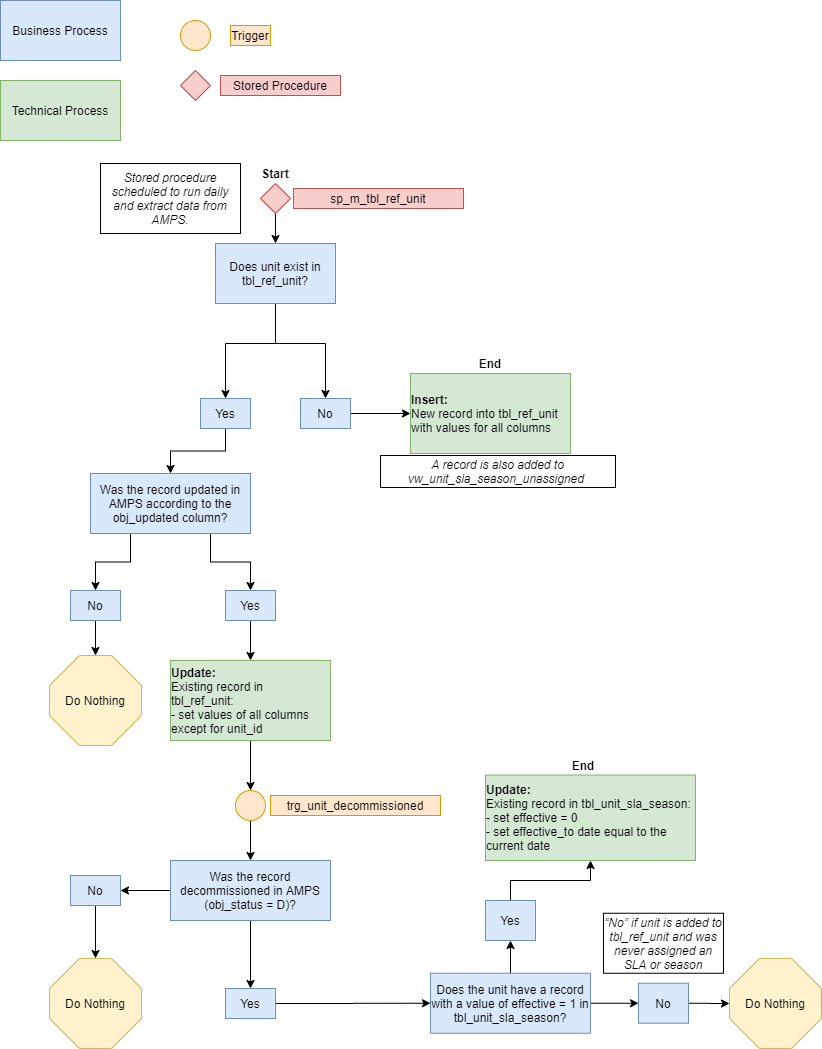
Earlier version of the draw.io export images/trg_unit_decommissioned.png (NYC-Parks/SLADB). Source tidied: cells renumbered, new cells last; positions are measured from the earlier drawing's top-left corner, leaving out a move shared by most shapes.
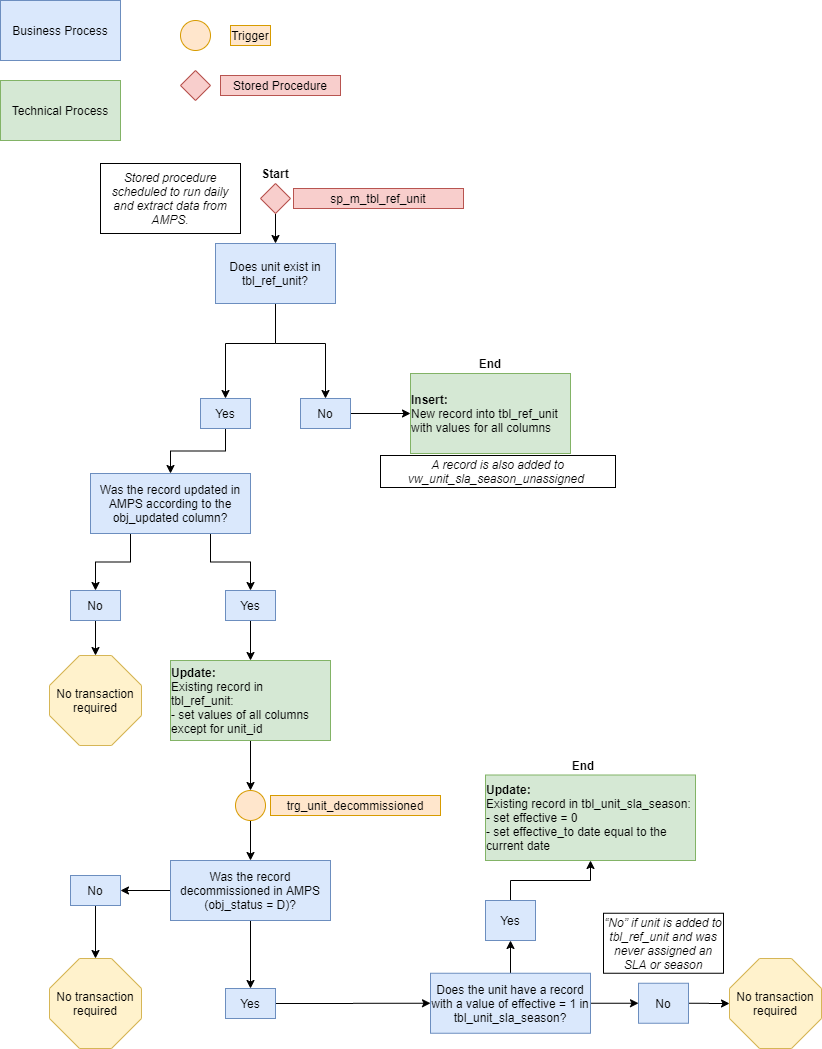
After the commit.

Change to the diagram source:
```diff
@@ -81,7 +81,7 @@
     <mxCell id="25" value="No" style="rounded=0;whiteSpace=wrap;html=1;fillColor=#dae8fc;strokeColor=#6c8ebf;" parent="1" vertex="1">
       <mxGeometry x="638" y="982.8" width="50" height="40" as="geometry" />
     </mxCell>
-    <mxCell id="26" value="Do Nothing" style="whiteSpace=wrap;html=1;shape=mxgraph.basic.octagon2;align=center;verticalAlign=middle;dx=15;fillColor=#fff2cc;strokeColor=#d6b656;" parent="1" vertex="1">
+    <mxCell id="26" value="No transaction required" style="whiteSpace=wrap;html=1;shape=mxgraph.basic.octagon2;align=center;verticalAlign=middle;dx=15;fillColor=#fff2cc;strokeColor=#d6b656;" parent="1" vertex="1">
       <mxGeometry x="729" y="958" width="92" height="90" as="geometry" />
     </mxCell>
     <mxCell id="27" value="&lt;div style=&quot;text-align: left&quot;&gt;&lt;b&gt;Update:&lt;/b&gt;&lt;/div&gt;&lt;div style=&quot;text-align: left&quot;&gt;Existing record in tbl_unit_sla_season:&lt;/div&gt;&lt;div style=&quot;text-align: left&quot;&gt;- set effective = 0&lt;/div&gt;&lt;div style=&quot;text-align: left&quot;&gt;- set effective_to date equal to the current date&lt;/div&gt;" style="rounded=0;whiteSpace=wrap;html=1;fillColor=#d5e8d4;strokeColor=#82b366;" parent="1" vertex="1">
@@ -141,7 +141,7 @@
     <mxCell id="45" value="No" style="rounded=0;whiteSpace=wrap;html=1;fillColor=#dae8fc;strokeColor=#6c8ebf;" parent="1" vertex="1">
       <mxGeometry x="70" y="590" width="50" height="30" as="geometry" />
     </mxCell>
-    <mxCell id="46" value="Do Nothing" style="whiteSpace=wrap;html=1;shape=mxgraph.basic.octagon2;align=center;verticalAlign=middle;dx=15;fillColor=#fff2cc;strokeColor=#d6b656;" parent="1" vertex="1">
+    <mxCell id="46" value="No transaction required" style="whiteSpace=wrap;html=1;shape=mxgraph.basic.octagon2;align=center;verticalAlign=middle;dx=15;fillColor=#fff2cc;strokeColor=#d6b656;" parent="1" vertex="1">
       <mxGeometry x="49" y="655" width="92" height="90" as="geometry" />
     </mxCell>
     <mxCell id="47" style="edgeStyle=orthogonalEdgeStyle;rounded=0;jettySize=auto;html=1;exitX=0.5;exitY=1;exitDx=0;exitDy=0;entryX=0.5;entryY=0;entryDx=0;entryDy=0;entryPerimeter=0;" parent="1" edge="1" source="48" target="51">
@@ -156,7 +156,7 @@
     <mxCell id="50" value="Yes" style="rounded=0;whiteSpace=wrap;html=1;fillColor=#dae8fc;strokeColor=#6c8ebf;" parent="1" vertex="1">
       <mxGeometry x="225" y="988" width="50" height="30" as="geometry" />
     </mxCell>
-    <mxCell id="51" value="Do Nothing" style="whiteSpace=wrap;html=1;shape=mxgraph.basic.octagon2;align=center;verticalAlign=middle;dx=15;fillColor=#fff2cc;strokeColor=#d6b656;" parent="1" vertex="1">
+    <mxCell id="51" value="No transaction required" style="whiteSpace=wrap;html=1;shape=mxgraph.basic.octagon2;align=center;verticalAlign=middle;dx=15;fillColor=#fff2cc;strokeColor=#d6b656;" parent="1" vertex="1">
       <mxGeometry x="49" y="958" width="92" height="90" as="geometry" />
     </mxCell>
     <mxCell id="52" value="End" style="text;html=1;strokeColor=none;fillColor=none;align=center;verticalAlign=middle;whiteSpace=wrap;rounded=0;fontStyle=1;" parent="1" vertex="1">
```
